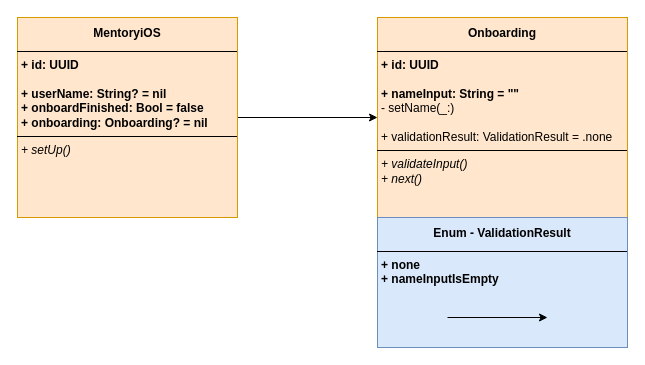
Earlier version of the draw.io diagram mentory.drawio (mandooplz/mentory). Source tidied: cells renumbered, new cells numbered last; positions are measured from the earlier drawing's top-left corner, leaving out a move shared by most shapes. Both pictures are drawn from the tidied source at 100%, with x=0, y=0 at pixel (17, 17).
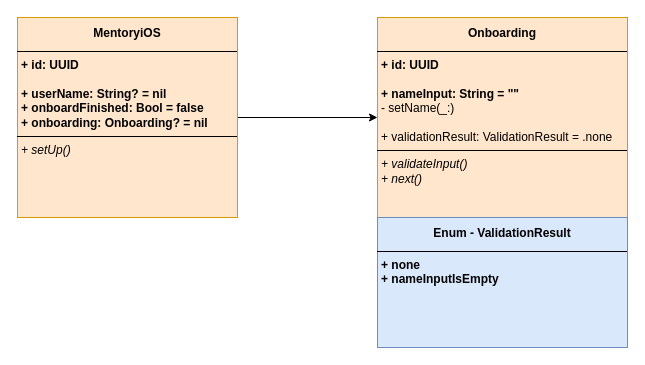
Above is the later version.

Commit message (it also covers changes not shown here):
[DOCS] README.md에 다이어그램 추가

Diff of the diagram source:
```diff
@@
 <mxGraphModel>
   <root>
     <mxCell id="0" />
     <mxCell id="1" parent="0" />
     <mxCell id="2" style="edgeStyle=orthogonalEdgeStyle;rounded=0;jettySize=auto;html=1;entryX=0;entryY=0.5;entryDx=0;entryDy=0;" parent="1" edge="1" source="3" target="4">
       <mxGeometry relative="1" as="geometry" />
     </mxCell>
     <mxCell id="3" value="&lt;p style=&quot;margin: 4px 0px 0px; text-align: center; line-height: 200%;&quot;&gt;&lt;b&gt;MentoryiOS&lt;/b&gt;&lt;/p&gt;&lt;hr size=&quot;1&quot; style=&quot;border-style:solid;&quot;&gt;&lt;p style=&quot;margin:0px;margin-left:4px;&quot;&gt;&lt;b&gt;+ id: UUID&lt;/b&gt;&lt;/p&gt;&lt;p style=&quot;margin:0px;margin-left:4px;&quot;&gt;&lt;br&gt;&lt;/p&gt;&lt;p style=&quot;margin:0px;margin-left:4px;&quot;&gt;&lt;b&gt;+ userName: String? = nil&lt;/b&gt;&lt;/p&gt;&lt;p style=&quot;margin:0px;margin-left:4px;&quot;&gt;&lt;b&gt;+&amp;nbsp;&lt;span style=&quot;background-color: transparent; color: light-dark(rgb(0, 0, 0), rgb(255, 255, 255));&quot;&gt;onboardFinished: Bool = false&lt;/span&gt;&lt;/b&gt;&lt;/p&gt;&lt;p style=&quot;margin:0px;margin-left:4px;&quot;&gt;&lt;b&gt;+ onboarding: Onboarding? = nil&lt;/b&gt;&lt;/p&gt;&lt;hr size=&quot;1&quot; style=&quot;border-style:solid;&quot;&gt;&lt;p style=&quot;margin:0px;margin-left:4px;&quot;&gt;&lt;i&gt;+ setUp()&lt;/i&gt;&lt;/p&gt;" style="verticalAlign=top;align=left;overflow=fill;html=1;whiteSpace=wrap;fillColor=#ffe6cc;strokeColor=#d79b00;" parent="1" vertex="1">
       <mxGeometry width="220" height="200" as="geometry" />
     </mxCell>
     <mxCell id="4" value="&lt;p style=&quot;margin: 4px 0px 0px; text-align: center; line-height: 200%;&quot;&gt;&lt;b&gt;Onboarding&lt;/b&gt;&lt;/p&gt;&lt;hr size=&quot;1&quot; style=&quot;border-style:solid;&quot;&gt;&lt;p style=&quot;margin:0px;margin-left:4px;&quot;&gt;&lt;b&gt;+ id: UUID&lt;/b&gt;&lt;/p&gt;&lt;p style=&quot;margin:0px;margin-left:4px;&quot;&gt;&lt;br&gt;&lt;b&gt;+ nameInput: String = &quot;&quot;&lt;/b&gt;&lt;/p&gt;&lt;p style=&quot;margin:0px;margin-left:4px;&quot;&gt;- setName(_:)&lt;/p&gt;&lt;p style=&quot;margin:0px;margin-left:4px;&quot;&gt;&lt;br&gt;&lt;/p&gt;&lt;p style=&quot;margin:0px;margin-left:4px;&quot;&gt;+ validationResult: ValidationResult = .none&lt;/p&gt;&lt;hr size=&quot;1&quot; style=&quot;border-style:solid;&quot;&gt;&lt;p style=&quot;margin:0px;margin-left:4px;&quot;&gt;&lt;i&gt;+ validateInput()&lt;/i&gt;&lt;/p&gt;&lt;p style=&quot;margin:0px;margin-left:4px;&quot;&gt;&lt;i&gt;+ next()&lt;/i&gt;&lt;/p&gt;&lt;p style=&quot;margin:0px;margin-left:4px;&quot;&gt;&lt;i&gt;&lt;br&gt;&lt;/i&gt;&lt;/p&gt;&lt;p style=&quot;margin:0px;margin-left:4px;&quot;&gt;&lt;i&gt;&lt;br&gt;&lt;/i&gt;&lt;/p&gt;" style="verticalAlign=top;align=left;overflow=fill;html=1;whiteSpace=wrap;fillColor=#ffe6cc;strokeColor=#d79b00;" parent="1" vertex="1">
       <mxGeometry x="360" width="250" height="200" as="geometry" />
     </mxCell>
     <mxCell id="5" value="&lt;p style=&quot;margin: 4px 0px 0px; text-align: center; line-height: 200%;&quot;&gt;&lt;b&gt;Enum - ValidationResult&lt;/b&gt;&lt;/p&gt;&lt;hr size=&quot;1&quot; style=&quot;border-style:solid;&quot;&gt;&lt;p style=&quot;margin:0px;margin-left:4px;&quot;&gt;&lt;b&gt;+ none&lt;/b&gt;&lt;/p&gt;&lt;p style=&quot;margin:0px;margin-left:4px;&quot;&gt;&lt;b&gt;+ nameInputIsEmpty&lt;/b&gt;&lt;/p&gt;" style="verticalAlign=top;align=left;overflow=fill;html=1;whiteSpace=wrap;fillColor=#dae8fc;strokeColor=#6c8ebf;" parent="1" vertex="1">
       <mxGeometry x="360" y="200" width="250" height="130" as="geometry" />
     </mxCell>
-    <mxCell id="6" style="edgeStyle=none;orthogonalLoop=1;jettySize=auto;html=1;rounded=0;" parent="1" edge="1">
-      <mxGeometry relative="1" as="geometry">
-        <mxPoint x="430" y="300" as="sourcePoint" />
-        <mxPoint x="530" y="300" as="targetPoint" />
-      </mxGeometry>
-    </mxCell>
   </root>
 </mxGraphModel>
```
